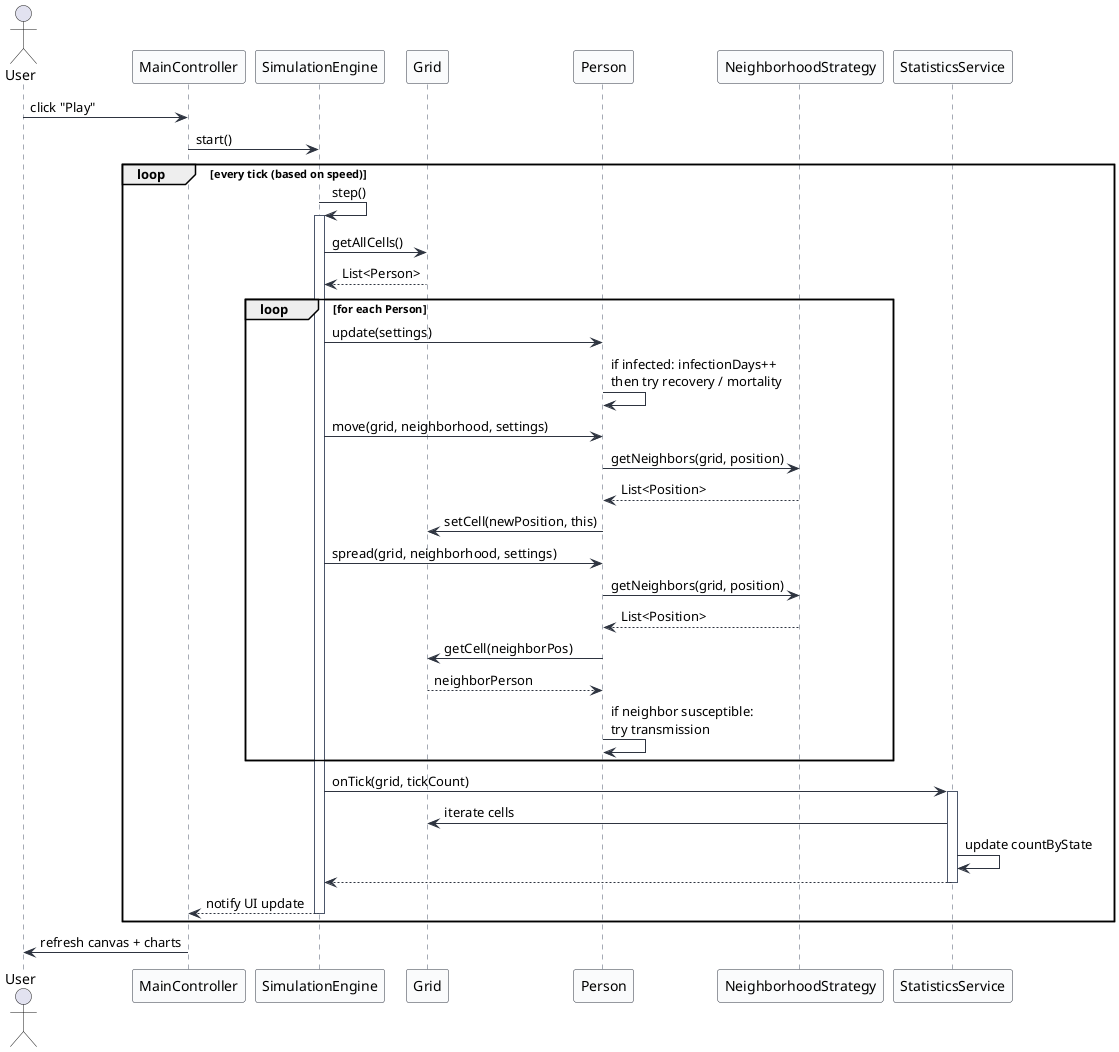
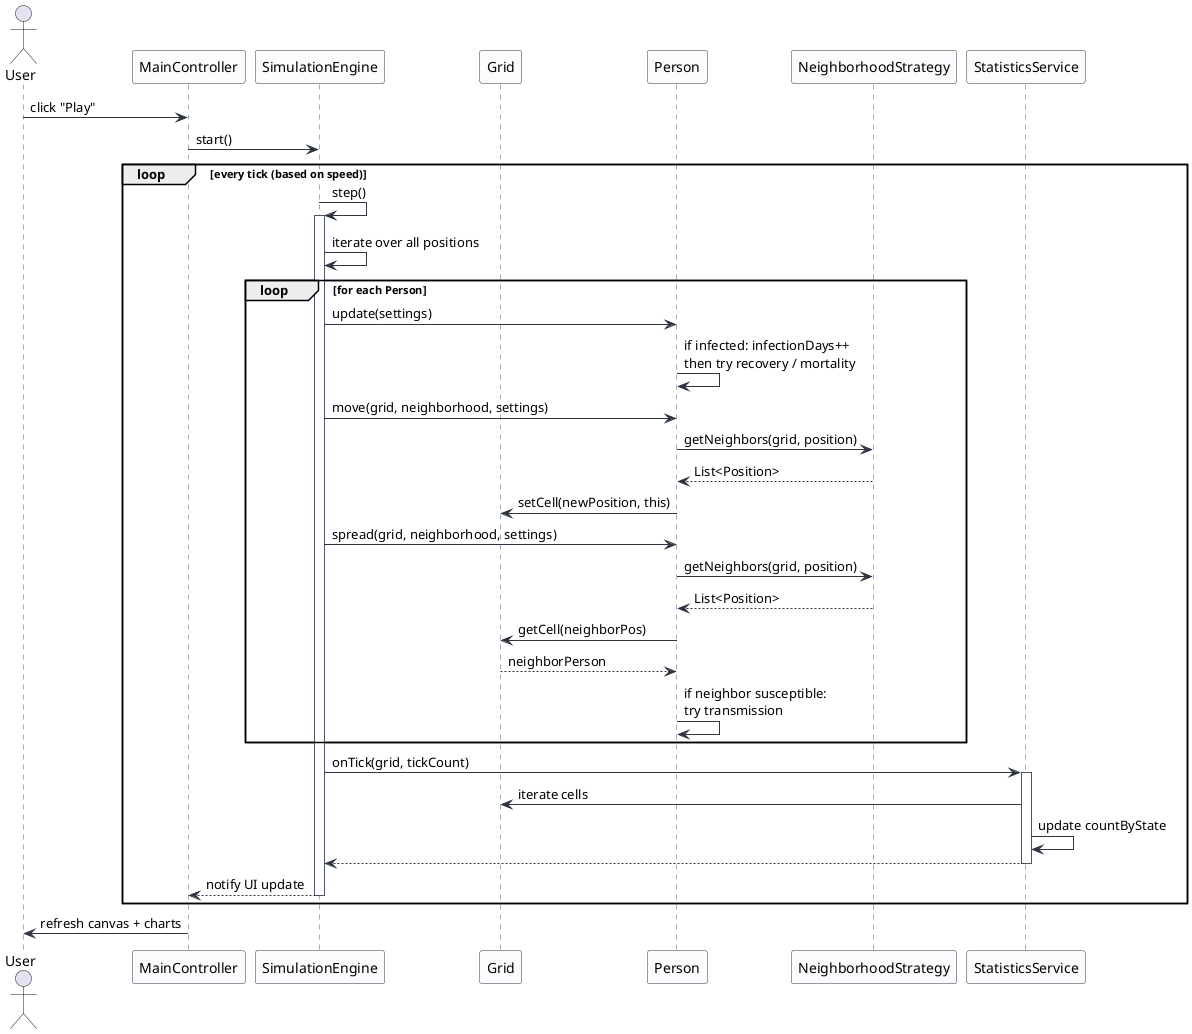
@startuml sequence-step
' ============================================================
'  Cell Simulation 2D - Sequence Diagram
'  Scenario: One simulation tick (step) - the heart of the loop
'  Simplified model: SIR + Deceased, no vaccination, no quarantine
' ============================================================

skinparam shadowing false
skinparam sequence {
  ArrowColor #2E3440
  LifeLineBorderColor #4C566A
  ParticipantBorderColor #2E3440
  ParticipantBackgroundColor #FAFBFC
}

actor User
participant "MainController" as Ctrl
participant "SimulationEngine" as Engine
participant "Grid" as Grid
participant "Person" as Person
participant "NeighborhoodStrategy" as Neighborhood
participant "StatisticsService" as Stats

User -> Ctrl : click "Play"
Ctrl -> Engine : start()

loop every tick (based on speed)
    Engine -> Engine : step()
    activate Engine

-     Engine -> Grid : getAllCells()
-     Grid --> Engine : List<Person>
+     Engine -> Engine : iterate over all positions

    loop for each Person
        Engine -> Person : update(settings)
        Person -> Person : if infected: infectionDays++\nthen try recovery / mortality

        Engine -> Person : move(grid, neighborhood, settings)
        Person -> Neighborhood : getNeighbors(grid, position)
        Neighborhood --> Person : List<Position>
        Person -> Grid : setCell(newPosition, this)

        Engine -> Person : spread(grid, neighborhood, settings)
        Person -> Neighborhood : getNeighbors(grid, position)
        Neighborhood --> Person : List<Position>
        Person -> Grid : getCell(neighborPos)
        Grid --> Person : neighborPerson
        Person -> Person : if neighbor susceptible:\ntry transmission
    end

    Engine -> Stats : onTick(grid, tickCount)
    activate Stats
    Stats -> Grid : iterate cells
    Stats -> Stats : update countByState
    Stats --> Engine
    deactivate Stats

    Engine --> Ctrl : notify UI update
    deactivate Engine
end

Ctrl -> User : refresh canvas + charts

@enduml
